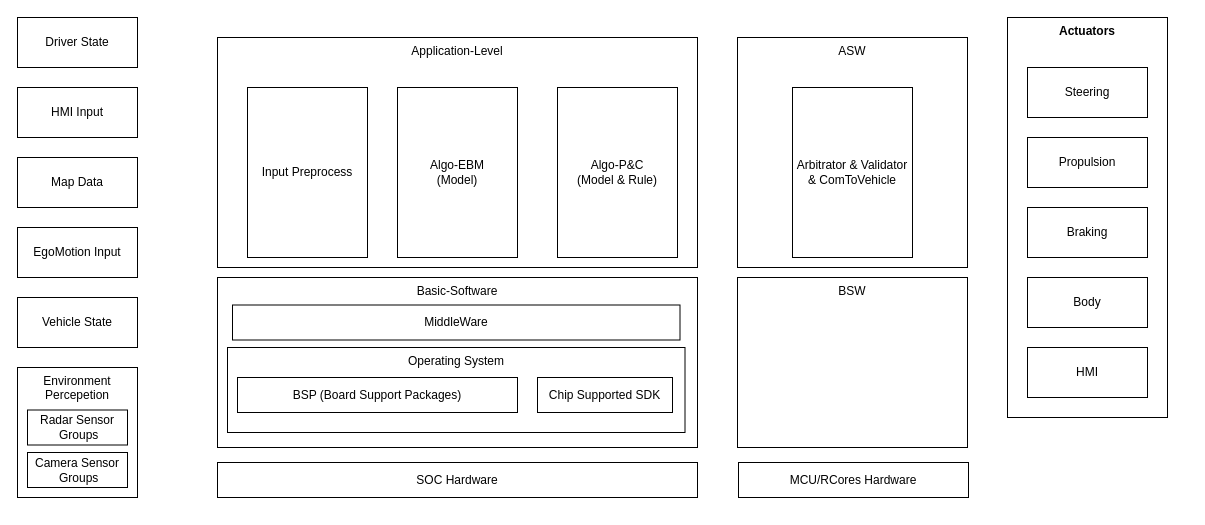
Before: 未命名绘图.drawio in pokowee/tinyrenderer_fork, a draw.io diagram. Source tidied: cells renumbered, new cells numbered last; positions are measured from the earlier drawing's top-left corner, leaving out a move shared by most shapes. Both pictures are drawn from the tidied source at 100%, with x=0, y=0 at pixel (17, 17).
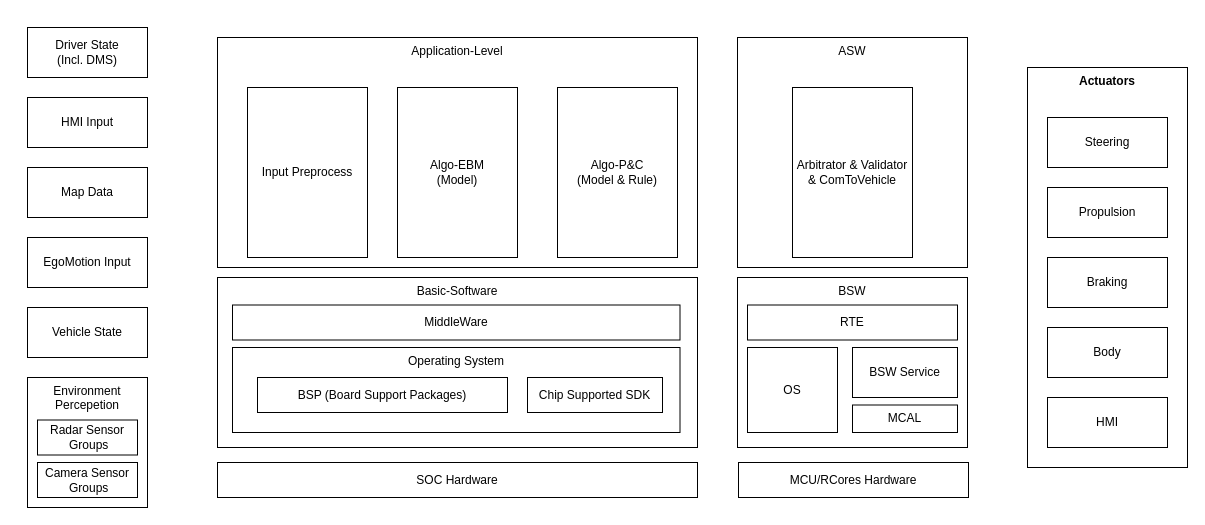
The same page after the edit.

Commit message:
更新未命名绘图.drawio

Change to the diagram source:
```diff
@@
     <mxCell id="5" value="&lt;b&gt;Actuators&lt;/b&gt;" style="rounded=0;whiteSpace=wrap;html=1;verticalAlign=top;" parent="1" vertex="1">
-      <mxGeometry x="990" width="160" height="400" as="geometry" />
+      <mxGeometry x="1010" y="50" width="160" height="400" as="geometry" />
     </mxCell>
-    <mxCell id="6" value="Driver State" style="rounded=0;whiteSpace=wrap;html=1;" parent="1" vertex="1">
-      <mxGeometry width="120" height="50" as="geometry" />
+    <mxCell id="6" value="Driver State&lt;br&gt;(Incl. DMS)" style="rounded=0;whiteSpace=wrap;html=1;" parent="1" vertex="1">
+      <mxGeometry x="10" y="10" width="120" height="50" as="geometry" />
     </mxCell>
     <mxCell id="7" value="HMI Input" style="rounded=0;whiteSpace=wrap;html=1;" parent="1" vertex="1">
-      <mxGeometry y="70" width="120" height="50" as="geometry" />
+      <mxGeometry x="10" y="80" width="120" height="50" as="geometry" />
     </mxCell>
     <mxCell id="8" value="Map Data" style="rounded=0;whiteSpace=wrap;html=1;" parent="1" vertex="1">
-      <mxGeometry y="140" width="120" height="50" as="geometry" />
+      <mxGeometry x="10" y="150" width="120" height="50" as="geometry" />
     </mxCell>
     <mxCell id="9" value="EgoMotion Input" style="rounded=0;whiteSpace=wrap;html=1;" parent="1" vertex="1">
-      <mxGeometry y="210" width="120" height="50" as="geometry" />
+      <mxGeometry x="10" y="220" width="120" height="50" as="geometry" />
     </mxCell>
     <mxCell id="10" value="Vehicle State" style="rounded=0;whiteSpace=wrap;html=1;" parent="1" vertex="1">
-      <mxGeometry y="280" width="120" height="50" as="geometry" />
+      <mxGeometry x="10" y="290" width="120" height="50" as="geometry" />
     </mxCell>
     <mxCell id="11" value="Environment Percepetion" style="rounded=0;whiteSpace=wrap;html=1;verticalAlign=top;" parent="1" vertex="1">
-      <mxGeometry y="350" width="120" height="130" as="geometry" />
+      <mxGeometry x="10" y="360" width="120" height="130" as="geometry" />
     </mxCell>
@@
     <mxCell id="16" value="Steering" style="rounded=0;whiteSpace=wrap;html=1;" parent="1" vertex="1">
-      <mxGeometry x="1010" y="50" width="120" height="50" as="geometry" />
+      <mxGeometry x="1030" y="100" width="120" height="50" as="geometry" />
     </mxCell>
     <mxCell id="17" value="Propulsion" style="rounded=0;whiteSpace=wrap;html=1;" parent="1" vertex="1">
-      <mxGeometry x="1010" y="120" width="120" height="50" as="geometry" />
+      <mxGeometry x="1030" y="170" width="120" height="50" as="geometry" />
     </mxCell>
     <mxCell id="18" value="Braking" style="rounded=0;whiteSpace=wrap;html=1;" parent="1" vertex="1">
-      <mxGeometry x="1010" y="190" width="120" height="50" as="geometry" />
+      <mxGeometry x="1030" y="240" width="120" height="50" as="geometry" />
     </mxCell>
     <mxCell id="19" value="Body" style="rounded=0;whiteSpace=wrap;html=1;" parent="1" vertex="1">
-      <mxGeometry x="1010" y="260" width="120" height="50" as="geometry" />
+      <mxGeometry x="1030" y="310" width="120" height="50" as="geometry" />
     </mxCell>
     <mxCell id="20" value="HMI" style="rounded=0;whiteSpace=wrap;html=1;" parent="1" vertex="1">
-      <mxGeometry x="1010" y="330" width="120" height="50" as="geometry" />
+      <mxGeometry x="1030" y="380" width="120" height="50" as="geometry" />
     </mxCell>
     <mxCell id="21" value="Radar Sensor&lt;div&gt;&amp;nbsp;Groups&lt;/div&gt;" style="rounded=0;whiteSpace=wrap;html=1;" parent="1" vertex="1">
-      <mxGeometry x="10" y="392.5" width="100" height="35" as="geometry" />
+      <mxGeometry x="20" y="402.5" width="100" height="35" as="geometry" />
     </mxCell>
     <mxCell id="22" value="Camera Sensor&lt;div&gt;&amp;nbsp;Groups&lt;/div&gt;" style="rounded=0;whiteSpace=wrap;html=1;" parent="1" vertex="1">
-      <mxGeometry x="10" y="435" width="100" height="35" as="geometry" />
+      <mxGeometry x="20" y="445" width="100" height="35" as="geometry" />
     </mxCell>
@@
     <mxCell id="24" value="Operating System" style="rounded=0;whiteSpace=wrap;html=1;verticalAlign=top;" parent="1" vertex="1">
-      <mxGeometry x="210" y="330" width="457.5" height="85" as="geometry" />
+      <mxGeometry x="215" y="330" width="447.5" height="85" as="geometry" />
     </mxCell>
     <mxCell id="25" value="BSP (Board Support Packages)" style="rounded=0;whiteSpace=wrap;html=1;" parent="1" vertex="1">
-      <mxGeometry x="220" y="360" width="280" height="35" as="geometry" />
+      <mxGeometry x="240" y="360" width="250" height="35" as="geometry" />
     </mxCell>
     <mxCell id="26" value="Chip Supported SDK" style="rounded=0;whiteSpace=wrap;html=1;" parent="1" vertex="1">
-      <mxGeometry x="520" y="360" width="135" height="35" as="geometry" />
+      <mxGeometry x="510" y="360" width="135" height="35" as="geometry" />
     </mxCell>
@@
+    <mxCell id="30" value="RTE" style="rounded=0;whiteSpace=wrap;html=1;" parent="1" vertex="1">
+      <mxGeometry x="730" y="287.5" width="210" height="35" as="geometry" />
+    </mxCell>
+    <mxCell id="31" value="BSW Service" style="rounded=0;whiteSpace=wrap;html=1;" parent="1" vertex="1">
+      <mxGeometry x="835" y="330" width="105" height="50" as="geometry" />
+    </mxCell>
+    <mxCell id="32" value="OS" style="rounded=0;whiteSpace=wrap;html=1;" parent="1" vertex="1">
+      <mxGeometry x="730" y="330" width="90" height="85" as="geometry" />
+    </mxCell>
+    <mxCell id="33" value="MCAL" style="rounded=0;whiteSpace=wrap;html=1;" parent="1" vertex="1">
+      <mxGeometry x="835" y="387.5" width="105" height="27.5" as="geometry" />
+    </mxCell>
```
